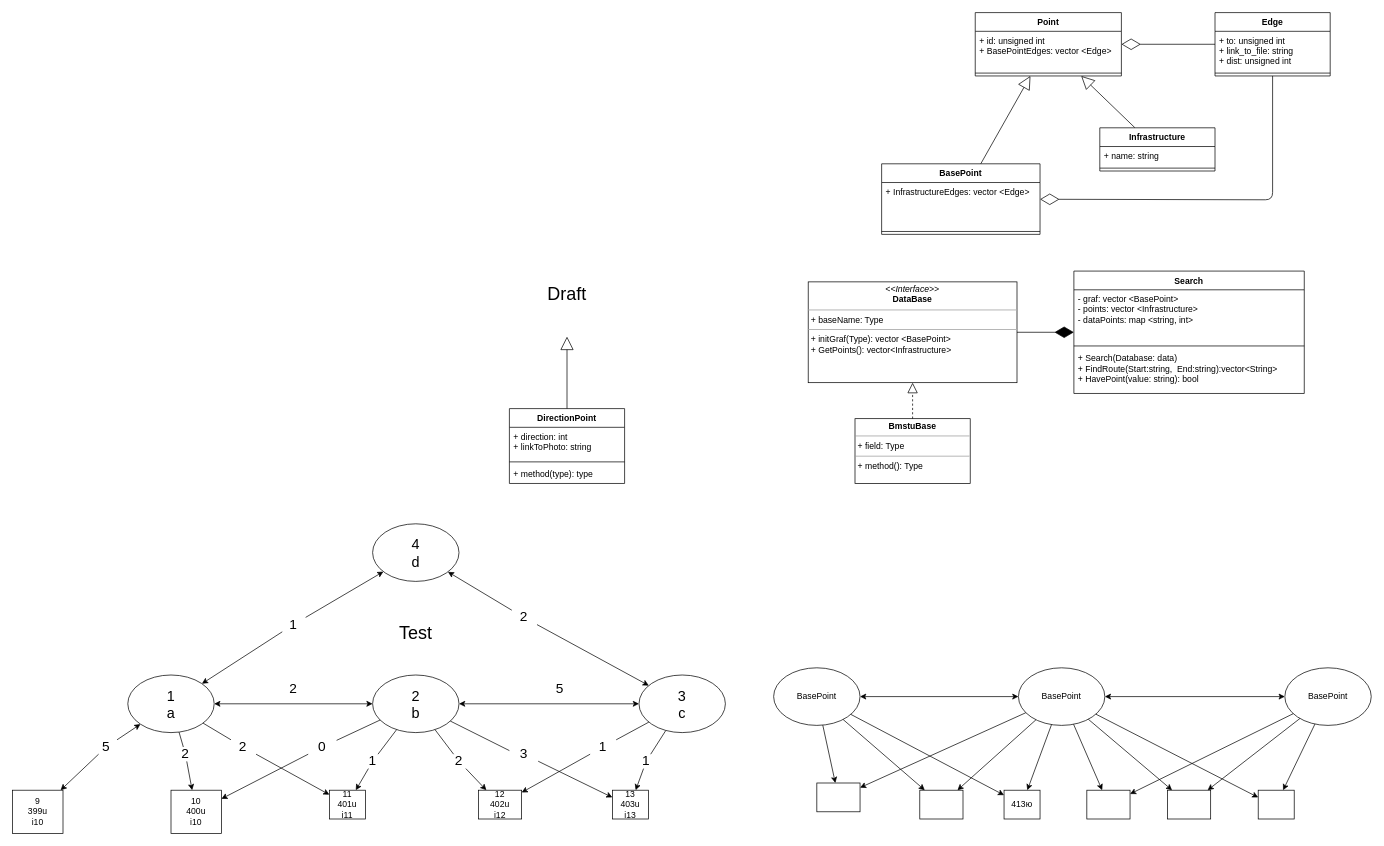
Above: docs/bmstuNavigator.drawio in mmikhail2001/BmstuNavigator (draw.io), before the change. Source tidied: cells renumbered, new cells numbered last; positions are measured from the earlier drawing's top-left corner, leaving out a move shared by most shapes. Both pictures are drawn from the tidied source at 72%, with x=0, y=0 at pixel (12, 12).
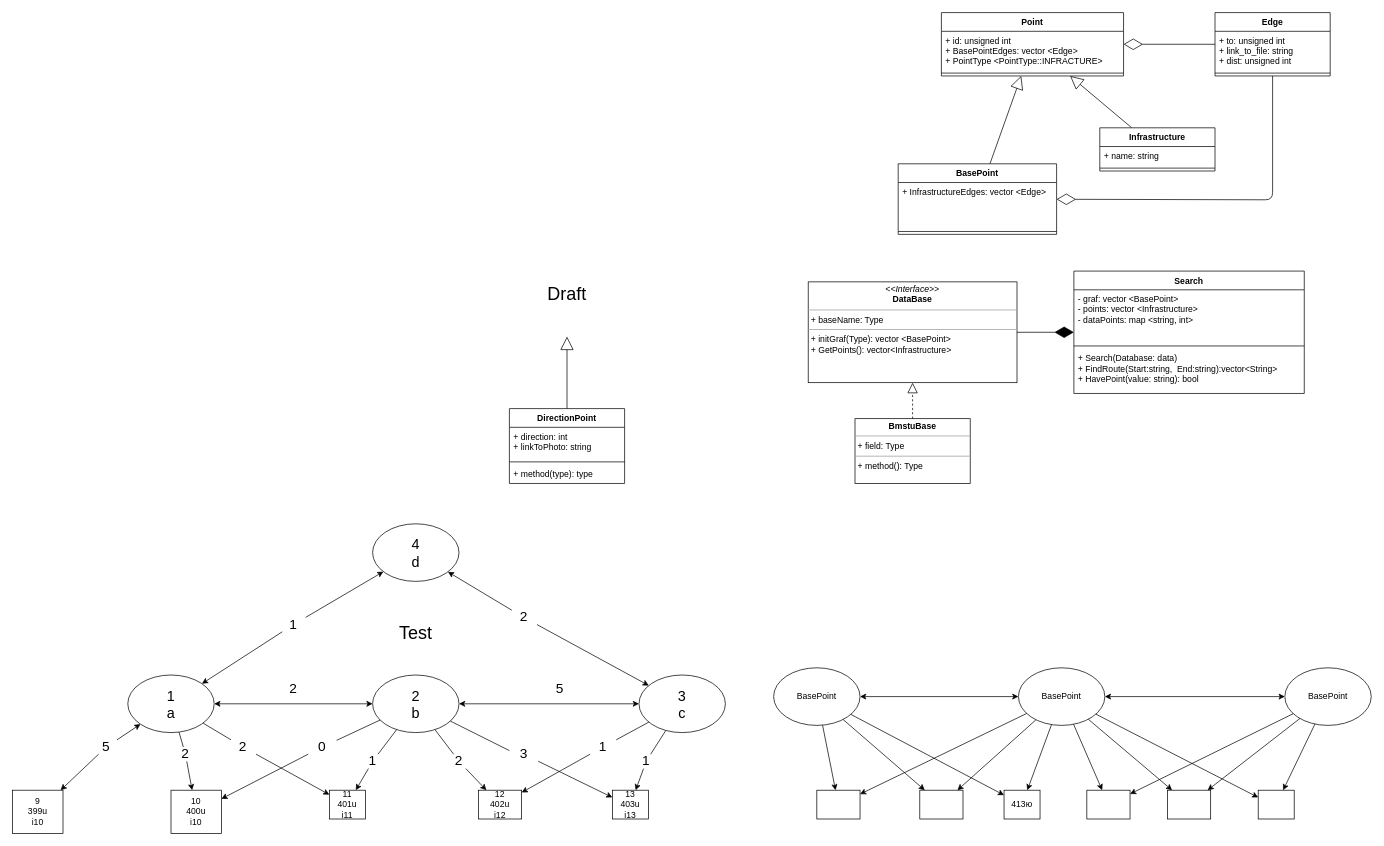
After the change.

Diff of the diagram source:
```diff
@@
     <mxCell id="10" value="BasePoint" style="swimlane;fontStyle=1;align=center;verticalAlign=top;horizontal=1;startSize=26;" parent="1" vertex="1">
-      <mxGeometry x="1207" y="210" width="220" height="98" as="geometry" />
+      <mxGeometry x="1230" y="210" width="220" height="98" as="geometry" />
     </mxCell>
@@
     <mxCell id="18" value="Point" style="swimlane;fontStyle=1;align=center;verticalAlign=top;horizontal=1;startSize=26;" parent="1" vertex="1">
-      <mxGeometry x="1337" width="203" height="88" as="geometry" />
+      <mxGeometry x="1290" width="253" height="88" as="geometry" />
     </mxCell>
-    <mxCell id="19" value="+ id: unsigned int&#10;+ BasePointEdges: vector &lt;Edge&gt;" style="text;strokeColor=none;fillColor=none;align=left;verticalAlign=top;spacingLeft=4;spacingRight=4;overflow=hidden;" parent="18" vertex="1">
-      <mxGeometry y="26" width="203" height="54" as="geometry" />
+    <mxCell id="19" value="+ id: unsigned int&#10;+ BasePointEdges: vector &lt;Edge&gt;&#10;+ PointType &lt;PointType::INFRACTURE&gt;" style="text;strokeColor=none;fillColor=none;align=left;verticalAlign=top;spacingLeft=4;spacingRight=4;overflow=hidden;" parent="18" vertex="1">
+      <mxGeometry y="26" width="253" height="54" as="geometry" />
     </mxCell>
     <mxCell id="20" style="line;strokeWidth=1;fillColor=none;align=left;verticalAlign=middle;spacingTop=-1;spacingLeft=3;spacingRight=3;labelPosition=right;" parent="18" vertex="1">
-      <mxGeometry y="80" width="203" height="8" as="geometry" />
+      <mxGeometry y="80" width="253" height="8" as="geometry" />
     </mxCell>
@@
     <mxCell id="29" style="rounded=0;whiteSpace=wrap;html=1;" parent="1" vertex="1">
-      <mxGeometry x="1117" y="1070" width="60" height="40" as="geometry" />
+      <mxGeometry x="1117" y="1080" width="60" height="40" as="geometry" />
     </mxCell>
```
